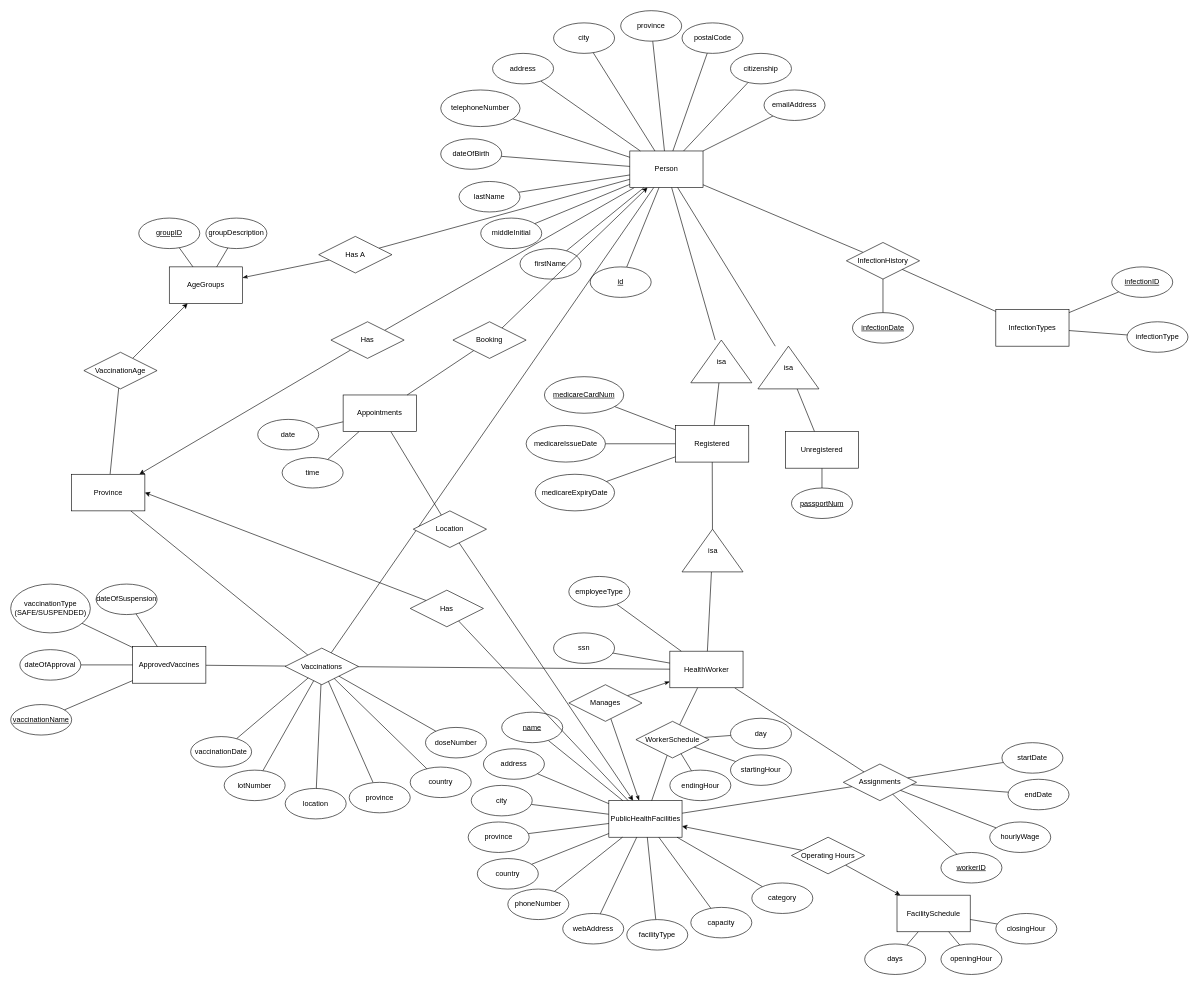
Before: Diagram/er-model.drawio in sobhan-m/comp353-main-project, a draw.io diagram. Source tidied: cells renumbered, new cells numbered last; positions are measured from the earlier drawing's top-left corner, leaving out a move shared by most shapes. Both pictures are drawn from the tidied source at 61%, with x=0, y=0 at pixel (10, 10).
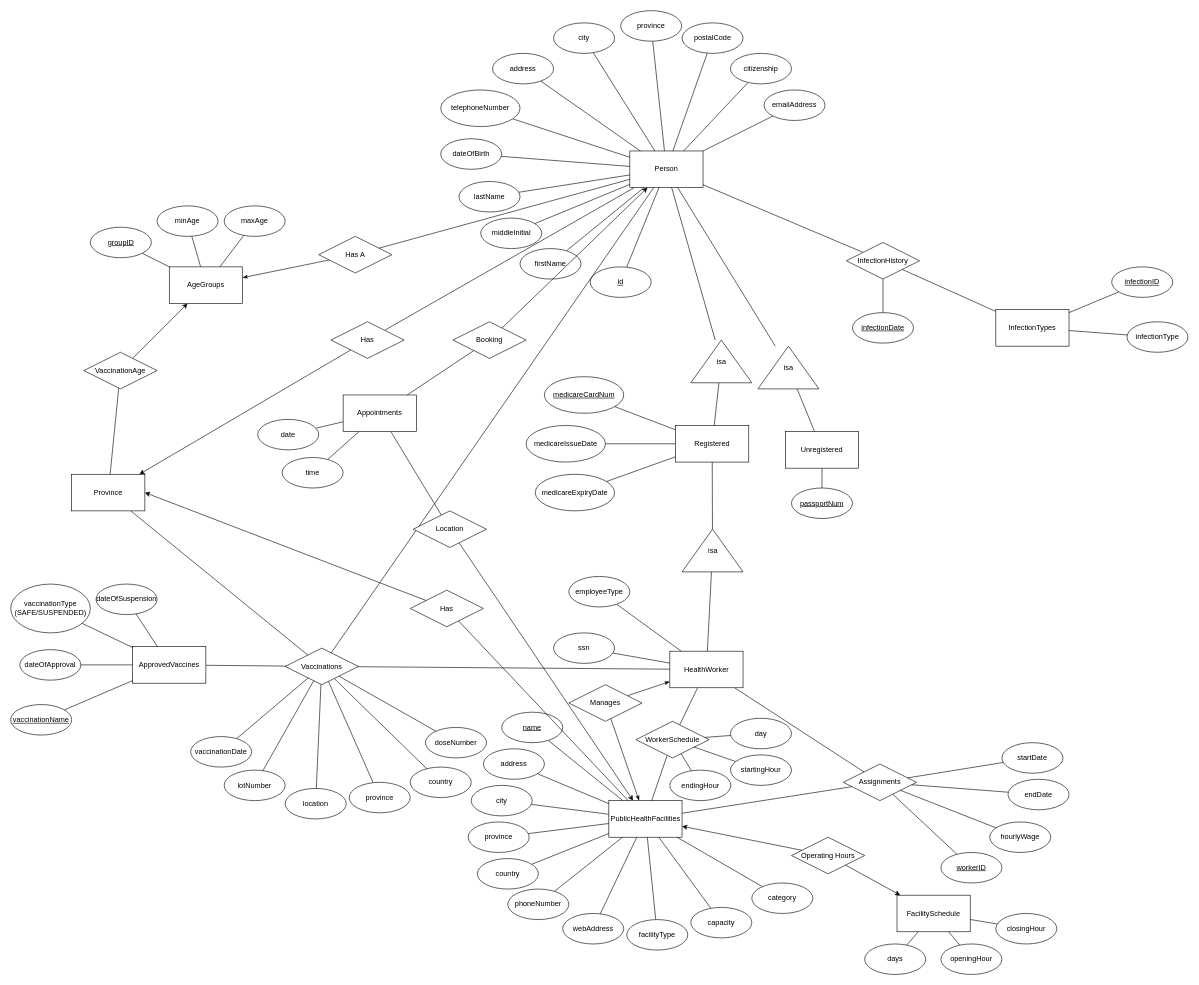
The same diagram, later.

Unchanged cells that the change refers to:
```xml
<mxCell id="57" value="AgeGroups" style="rounded=0;whiteSpace=wrap;html=1;" parent="1" vertex="1">
  <mxGeometry x="260" y="420" width="120" height="60" as="geometry" />
</mxCell>
```

Diff of the diagram source:
```diff
@@
+    <mxCell id="170" style="edgeStyle=none;html=1;endArrow=none;endFill=0;" parent="1" edge="1" source="57" target="171">
+      <mxGeometry relative="1" as="geometry" />
+    </mxCell>
@@
     <mxCell id="59" value="&lt;u&gt;groupID&lt;/u&gt;" style="ellipse;whiteSpace=wrap;html=1;" parent="1" vertex="1">
-      <mxGeometry x="210" y="340" width="100" height="50" as="geometry" />
+      <mxGeometry x="130.6" y="355" width="100" height="50" as="geometry" />
     </mxCell>
@@
-    <mxCell id="61" value="groupDescription" style="ellipse;whiteSpace=wrap;html=1;" parent="1" vertex="1">
-      <mxGeometry x="320" y="340" width="100" height="50" as="geometry" />
+    <mxCell id="61" value="minAge" style="ellipse;whiteSpace=wrap;html=1;" parent="1" vertex="1">
+      <mxGeometry x="240" y="320" width="100" height="50" as="geometry" />
     </mxCell>
@@
+    <mxCell id="171" value="maxAge" style="ellipse;whiteSpace=wrap;html=1;" parent="1" vertex="1">
+      <mxGeometry x="350" y="320" width="100" height="50" as="geometry" />
+    </mxCell>
```
